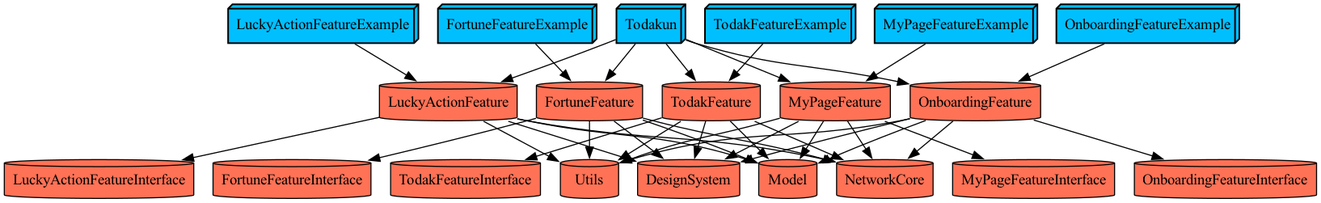
This is docs/graph.png from YAPP-Github/28th-App-Team-2-iOS, a Graphviz export, as it was before one commit. Its source is kept beside it as docs/graph.dot.
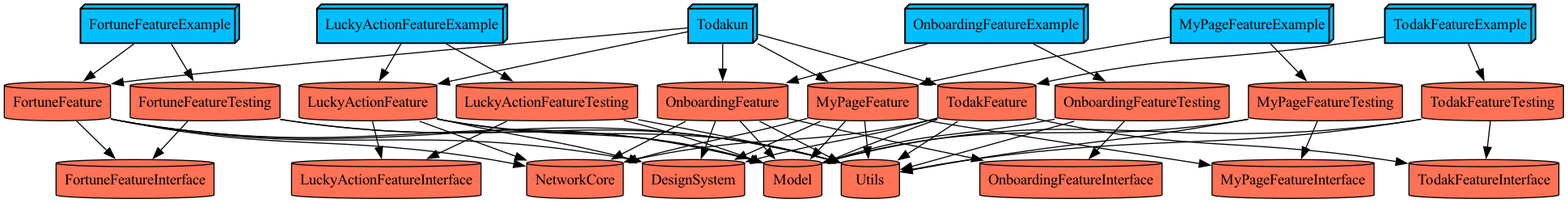
After the commit.

Change to the diagram source:
```diff
@@ -7,8 +7,13 @@
   FortuneFeature -> Utils
   FortuneFeature [fillcolor=coral1 shape=cylinder style=filled]
   FortuneFeatureExample -> FortuneFeature
+  FortuneFeatureExample -> FortuneFeatureTesting
   FortuneFeatureExample [fillcolor=deepskyblue penwidth="1.5" shape=box3d style=filled]
   FortuneFeatureInterface [fillcolor=coral1 shape=cylinder style=filled]
+  FortuneFeatureTesting -> FortuneFeatureInterface
+  FortuneFeatureTesting -> Model
+  FortuneFeatureTesting -> Utils
+  FortuneFeatureTesting [fillcolor=coral1 shape=cylinder style=filled]
   LuckyActionFeature -> DesignSystem
   LuckyActionFeature -> LuckyActionFeatureInterface
   LuckyActionFeature -> Model
@@ -16,8 +21,13 @@
   LuckyActionFeature -> Utils
   LuckyActionFeature [fillcolor=coral1 shape=cylinder style=filled]
   LuckyActionFeatureExample -> LuckyActionFeature
+  LuckyActionFeatureExample -> LuckyActionFeatureTesting
   LuckyActionFeatureExample [fillcolor=deepskyblue penwidth="1.5" shape=box3d style=filled]
   LuckyActionFeatureInterface [fillcolor=coral1 shape=cylinder style=filled]
+  LuckyActionFeatureTesting -> LuckyActionFeatureInterface
+  LuckyActionFeatureTesting -> Model
+  LuckyActionFeatureTesting -> Utils
+  LuckyActionFeatureTesting [fillcolor=coral1 shape=cylinder style=filled]
   Model [fillcolor=coral1 shape=cylinder style=filled]
   MyPageFeature -> DesignSystem
   MyPageFeature -> Model
@@ -26,8 +36,13 @@
   MyPageFeature -> Utils
   MyPageFeature [fillcolor=coral1 shape=cylinder style=filled]
   MyPageFeatureExample -> MyPageFeature
+  MyPageFeatureExample -> MyPageFeatureTesting
   MyPageFeatureExample [fillcolor=deepskyblue penwidth="1.5" shape=box3d style=filled]
   MyPageFeatureInterface [fillcolor=coral1 shape=cylinder style=filled]
+  MyPageFeatureTesting -> Model
+  MyPageFeatureTesting -> MyPageFeatureInterface
+  MyPageFeatureTesting -> Utils
+  MyPageFeatureTesting [fillcolor=coral1 shape=cylinder style=filled]
   NetworkCore [fillcolor=coral1 shape=cylinder style=filled]
   OnboardingFeature -> DesignSystem
   OnboardingFeature -> Model
@@ -36,8 +51,13 @@
   OnboardingFeature -> Utils
   OnboardingFeature [fillcolor=coral1 shape=cylinder style=filled]
   OnboardingFeatureExample -> OnboardingFeature
+  OnboardingFeatureExample -> OnboardingFeatureTesting
   OnboardingFeatureExample [fillcolor=deepskyblue penwidth="1.5" shape=box3d style=filled]
   OnboardingFeatureInterface [fillcolor=coral1 shape=cylinder style=filled]
+  OnboardingFeatureTesting -> Model
+  OnboardingFeatureTesting -> OnboardingFeatureInterface
+  OnboardingFeatureTesting -> Utils
+  OnboardingFeatureTesting [fillcolor=coral1 shape=cylinder style=filled]
   TodakFeature -> DesignSystem
   TodakFeature -> Model
   TodakFeature -> NetworkCore
@@ -45,8 +65,13 @@
   TodakFeature -> Utils
   TodakFeature [fillcolor=coral1 shape=cylinder style=filled]
   TodakFeatureExample -> TodakFeature
+  TodakFeatureExample -> TodakFeatureTesting
   TodakFeatureExample [fillcolor=deepskyblue penwidth="1.5" shape=box3d style=filled]
   TodakFeatureInterface [fillcolor=coral1 shape=cylinder style=filled]
+  TodakFeatureTesting -> Model
+  TodakFeatureTesting -> TodakFeatureInterface
+  TodakFeatureTesting -> Utils
+  TodakFeatureTesting [fillcolor=coral1 shape=cylinder style=filled]
   Todakun -> FortuneFeature
   Todakun -> LuckyActionFeature
   Todakun -> MyPageFeature
```
